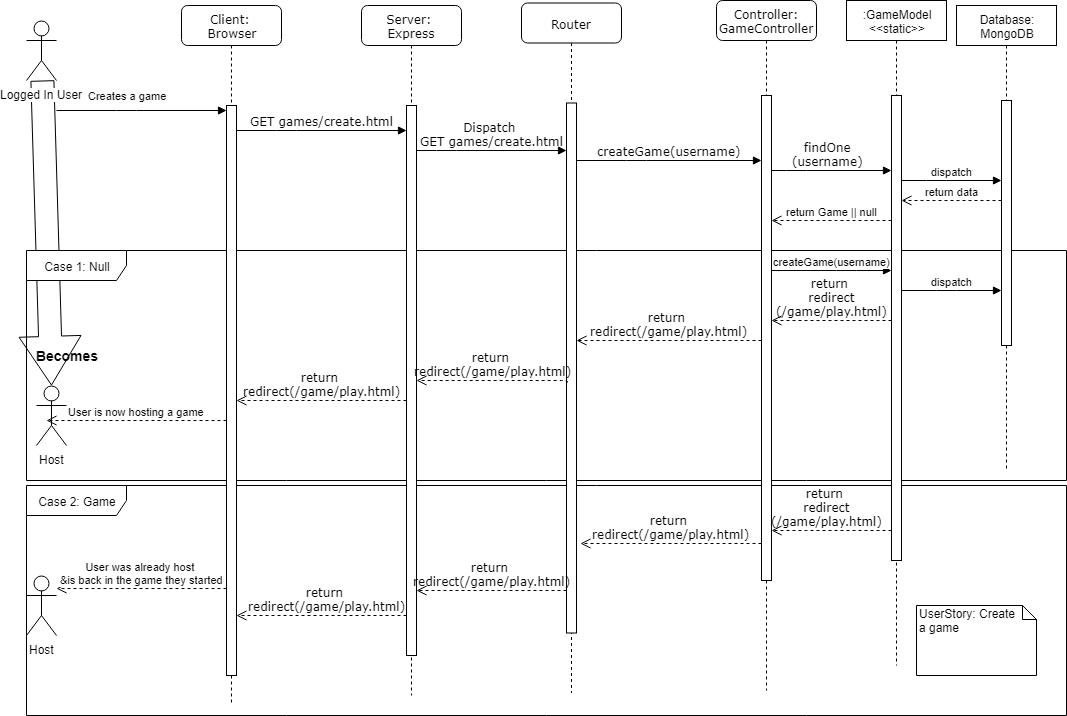
Before: UML_Graphics/Sequence Diagram_ Create a Game.png, a diagram exported from draw.io (O-clock-Pulsar/Pictionary-TeamPyjamasque). Source tidied: cells renumbered, new cells last; positions are measured from the earlier drawing's top-left corner, leaving out a move shared by most shapes.
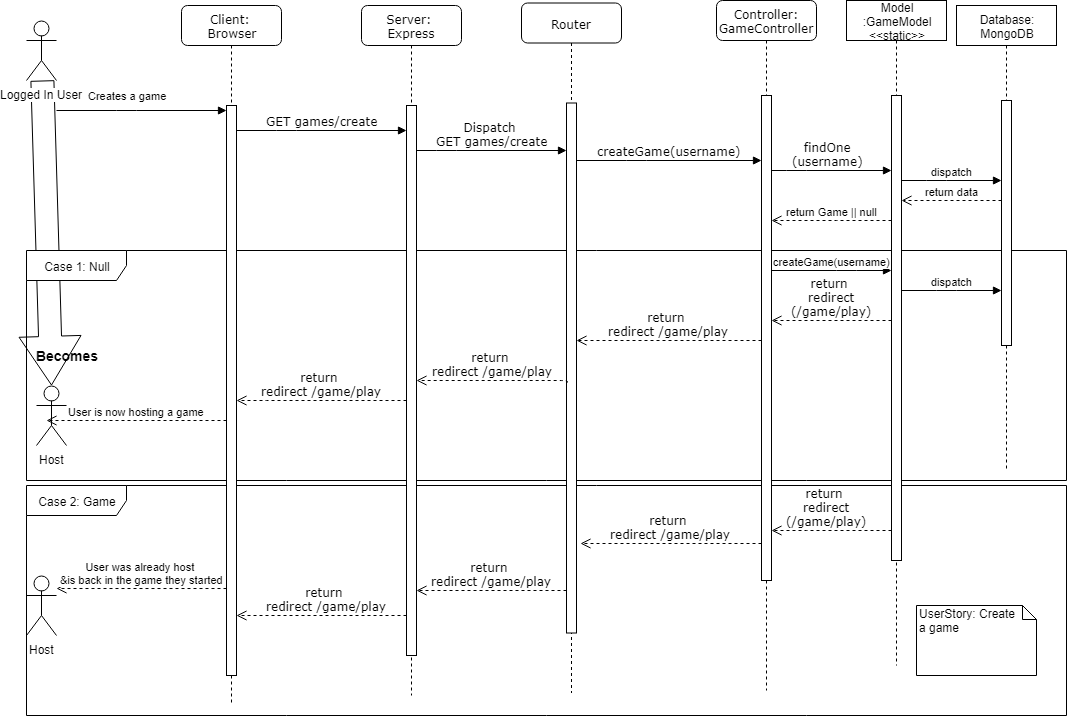
Later version of the same file.

Commit message:
Small changes to both Login UMLs and Create Game UML

What changed in the source:
```diff
@@ -54,7 +54,7 @@
         </Array>
       </mxGeometry>
     </mxCell>
-    <mxCell id="15" value="GET games/create.html" style="html=1;verticalAlign=bottom;endArrow=block;labelBackgroundColor=none;fontFamily=Verdana;fontSize=12;edgeStyle=elbowEdgeStyle;elbow=vertical;" parent="1" edge="1" source="12" target="6">
+    <mxCell id="15" value="GET games/create" style="html=1;verticalAlign=bottom;endArrow=block;labelBackgroundColor=none;fontFamily=Verdana;fontSize=12;edgeStyle=elbowEdgeStyle;elbow=vertical;" parent="1" edge="1" source="12" target="6">
       <mxGeometry relative="1" as="geometry">
         <Array as="points">
           <mxPoint x="265" y="130" />
@@ -62,14 +62,14 @@
         </Array>
       </mxGeometry>
     </mxCell>
-    <mxCell id="16" value="Dispatch &lt;br&gt;GET games/create.html" style="html=1;verticalAlign=bottom;endArrow=block;labelBackgroundColor=none;fontFamily=Verdana;fontSize=12;edgeStyle=elbowEdgeStyle;elbow=vertical;" parent="1" edge="1" source="6" target="8">
+    <mxCell id="16" value="Dispatch &lt;br&gt;GET games/create" style="html=1;verticalAlign=bottom;endArrow=block;labelBackgroundColor=none;fontFamily=Verdana;fontSize=12;edgeStyle=elbowEdgeStyle;elbow=vertical;" parent="1" edge="1" source="6" target="8">
       <mxGeometry relative="1" as="geometry">
         <Array as="points">
           <mxPoint x="425" y="150" />
         </Array>
       </mxGeometry>
     </mxCell>
-    <mxCell id="17" value="return&amp;nbsp;&lt;br&gt;redirect(/game/play.html)" style="html=1;verticalAlign=bottom;endArrow=open;dashed=1;endSize=8;labelBackgroundColor=none;fontFamily=Verdana;fontSize=12;edgeStyle=elbowEdgeStyle;elbow=vertical;exitX=0.1;exitY=0.527;exitDx=0;exitDy=0;exitPerimeter=0;" parent="1" edge="1" source="8" target="6">
+    <mxCell id="17" value="return&amp;nbsp;&lt;br&gt;redirect /game/play" style="html=1;verticalAlign=bottom;endArrow=open;dashed=1;endSize=8;labelBackgroundColor=none;fontFamily=Verdana;fontSize=12;edgeStyle=elbowEdgeStyle;elbow=vertical;exitX=0.1;exitY=0.527;exitDx=0;exitDy=0;exitPerimeter=0;" parent="1" edge="1" source="8" target="6">
       <mxGeometry relative="1" as="geometry">
         <Array as="points">
           <mxPoint x="385" y="380" />
@@ -77,7 +77,7 @@
         </Array>
       </mxGeometry>
     </mxCell>
-    <mxCell id="18" value="return&amp;nbsp;&lt;br&gt;redirect(/game/play.html)" style="html=1;verticalAlign=bottom;endArrow=open;dashed=1;endSize=8;labelBackgroundColor=none;fontFamily=Verdana;fontSize=12;edgeStyle=elbowEdgeStyle;elbow=vertical;" parent="1" edge="1" source="6" target="12">
+    <mxCell id="18" value="return&amp;nbsp;&lt;br&gt;redirect /game/play" style="html=1;verticalAlign=bottom;endArrow=open;dashed=1;endSize=8;labelBackgroundColor=none;fontFamily=Verdana;fontSize=12;edgeStyle=elbowEdgeStyle;elbow=vertical;" parent="1" edge="1" source="6" target="12">
       <mxGeometry relative="1" as="geometry">
         <Array as="points">
           <mxPoint x="255" y="400" />
@@ -107,7 +107,7 @@
         </Array>
       </mxGeometry>
     </mxCell>
-    <mxCell id="23" value=":GameModel&lt;br&gt;&amp;lt;&amp;lt;static&amp;gt;&amp;gt;" style="shape=umlLifeline;perimeter=lifelinePerimeter;whiteSpace=wrap;html=1;" parent="1" vertex="1">
+    <mxCell id="23" value="Model&lt;br&gt;:GameModel&lt;br&gt;&amp;lt;&amp;lt;static&amp;gt;&amp;gt;" style="shape=umlLifeline;perimeter=lifelinePerimeter;whiteSpace=wrap;html=1;" parent="1" vertex="1">
       <mxGeometry x="825" width="100" height="665" as="geometry" />
     </mxCell>
     <mxCell id="24" style="html=1;points=[];perimeter=orthogonalPerimeter;" parent="23" vertex="1">
@@ -140,7 +140,7 @@
         </Array>
       </mxGeometry>
     </mxCell>
-    <mxCell id="30" value="return&amp;nbsp;&lt;br&gt;redirect(/game/play.html)" style="html=1;verticalAlign=bottom;endArrow=open;dashed=1;endSize=8;labelBackgroundColor=none;fontFamily=Verdana;fontSize=12;edgeStyle=elbowEdgeStyle;elbow=vertical;" parent="1" edge="1" source="10" target="8">
+    <mxCell id="30" value="return&amp;nbsp;&lt;br&gt;redirect /game/play" style="html=1;verticalAlign=bottom;endArrow=open;dashed=1;endSize=8;labelBackgroundColor=none;fontFamily=Verdana;fontSize=12;edgeStyle=elbowEdgeStyle;elbow=vertical;" parent="1" edge="1" source="10" target="8">
       <mxGeometry relative="1" as="geometry">
         <Array as="points">
           <mxPoint x="685" y="340" />
@@ -149,14 +149,14 @@
         </Array>
       </mxGeometry>
     </mxCell>
-    <mxCell id="31" value="return&amp;nbsp;&lt;br&gt;redirect(/game/play.html)" style="html=1;verticalAlign=bottom;endArrow=open;dashed=1;endSize=8;labelBackgroundColor=none;fontFamily=Verdana;fontSize=12;edgeStyle=elbowEdgeStyle;elbow=vertical;" parent="1" edge="1" source="8" target="6">
+    <mxCell id="31" value="return&amp;nbsp;&lt;br&gt;redirect /game/play" style="html=1;verticalAlign=bottom;endArrow=open;dashed=1;endSize=8;labelBackgroundColor=none;fontFamily=Verdana;fontSize=12;edgeStyle=elbowEdgeStyle;elbow=vertical;" parent="1" edge="1" source="8" target="6">
       <mxGeometry relative="1" as="geometry">
         <Array as="points">
           <mxPoint x="435" y="590" />
         </Array>
       </mxGeometry>
     </mxCell>
-    <mxCell id="32" value="return&amp;nbsp;&lt;br&gt;redirect(/game/play.html)" style="html=1;verticalAlign=bottom;endArrow=open;dashed=1;endSize=8;labelBackgroundColor=none;fontFamily=Verdana;fontSize=12;edgeStyle=elbowEdgeStyle;elbow=vertical;" parent="1" edge="1" source="6" target="12">
+    <mxCell id="32" value="return&amp;nbsp;&lt;br&gt;redirect /game/play" style="html=1;verticalAlign=bottom;endArrow=open;dashed=1;endSize=8;labelBackgroundColor=none;fontFamily=Verdana;fontSize=12;edgeStyle=elbowEdgeStyle;elbow=vertical;" parent="1" edge="1" source="6" target="12">
       <mxGeometry x="0.65" y="-60" relative="1" as="geometry">
         <Array as="points">
           <mxPoint x="245" y="615" />
@@ -175,14 +175,14 @@
         </Array>
       </mxGeometry>
     </mxCell>
-    <mxCell id="35" value="return &lt;br&gt;redirect&lt;br&gt;(/game/play.html)" style="html=1;verticalAlign=bottom;endArrow=open;dashed=1;endSize=8;labelBackgroundColor=none;fontFamily=Verdana;fontSize=12;edgeStyle=elbowEdgeStyle;elbow=vertical;" parent="1" edge="1" source="24" target="10">
+    <mxCell id="35" value="return &lt;br&gt;redirect&lt;br&gt;(/game/play)" style="html=1;verticalAlign=bottom;endArrow=open;dashed=1;endSize=8;labelBackgroundColor=none;fontFamily=Verdana;fontSize=12;edgeStyle=elbowEdgeStyle;elbow=vertical;" parent="1" edge="1" source="24" target="10">
       <mxGeometry relative="1" as="geometry">
         <Array as="points">
           <mxPoint x="785" y="320" />
         </Array>
       </mxGeometry>
     </mxCell>
-    <mxCell id="36" value="return&amp;nbsp;&lt;br&gt;redirect(/game/play.html)" style="html=1;verticalAlign=bottom;endArrow=open;dashed=1;endSize=8;labelBackgroundColor=none;fontFamily=Verdana;fontSize=12;edgeStyle=elbowEdgeStyle;elbow=vertical;entryX=1.4;entryY=0.831;entryDx=0;entryDy=0;entryPerimeter=0;" parent="1" edge="1" source="10" target="8">
+    <mxCell id="36" value="return&amp;nbsp;&lt;br&gt;redirect /game/play" style="html=1;verticalAlign=bottom;endArrow=open;dashed=1;endSize=8;labelBackgroundColor=none;fontFamily=Verdana;fontSize=12;edgeStyle=elbowEdgeStyle;elbow=vertical;entryX=1.4;entryY=0.831;entryDx=0;entryDy=0;entryPerimeter=0;" parent="1" edge="1" source="10" target="8">
       <mxGeometry relative="1" as="geometry" />
     </mxCell>
     <mxCell id="37" value="Host" style="shape=umlActor;verticalLabelPosition=bottom;labelBackgroundColor=#ffffff;verticalAlign=top;html=1;" parent="1" vertex="1">
@@ -198,7 +198,7 @@
         </Array>
       </mxGeometry>
     </mxCell>
-    <mxCell id="40" value="return &lt;br&gt;redirect&lt;br&gt;(/game/play.html)" style="html=1;verticalAlign=bottom;endArrow=open;dashed=1;endSize=8;labelBackgroundColor=none;fontFamily=Verdana;fontSize=12;edgeStyle=elbowEdgeStyle;elbow=vertical;" parent="1" edge="1" source="24" target="10">
+    <mxCell id="40" value="return &lt;br&gt;redirect&lt;br&gt;(/game/play)" style="html=1;verticalAlign=bottom;endArrow=open;dashed=1;endSize=8;labelBackgroundColor=none;fontFamily=Verdana;fontSize=12;edgeStyle=elbowEdgeStyle;elbow=vertical;" parent="1" edge="1" source="24" target="10">
       <mxGeometry x="0.25" y="-10" relative="1" as="geometry">
         <Array as="points">
           <mxPoint x="795" y="530" />
```
